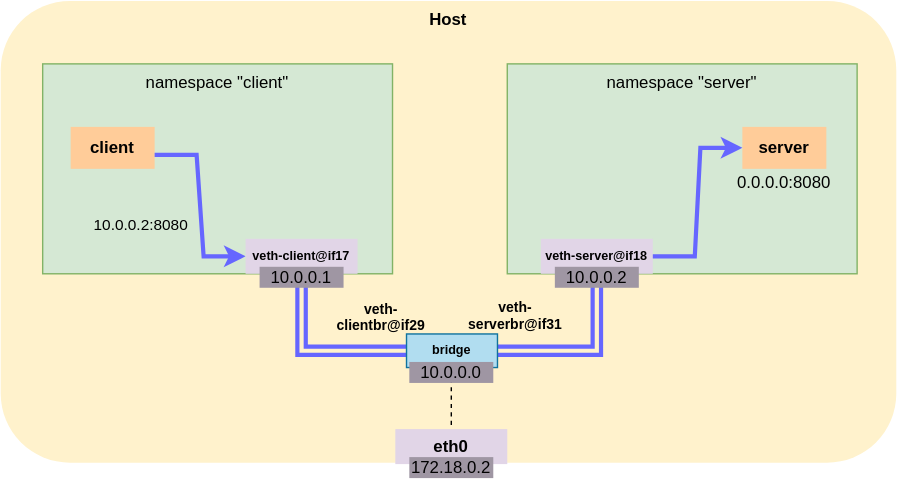
Above: assets/img/k8s-networking/pods-bridge.svg in llorllale/llorllale.github.io (draw.io), before the change. Source tidied: cells renumbered, new cells last; positions are measured from the earlier drawing's top-left corner, leaving out a move shared by most shapes.
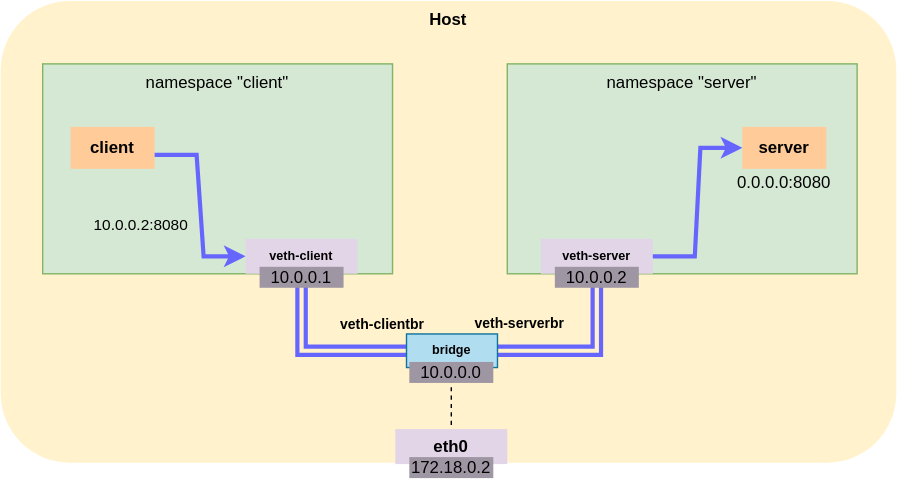
Above is the later version.

Change to the diagram source:
```diff
@@ -21,7 +21,7 @@
         <mxPoint x="-43" y="9" as="offset" />
       </mxGeometry>
     </mxCell>
-    <mxCell id="7" value="veth-client@if17" style="rounded=0;whiteSpace=wrap;html=1;fontStyle=1;fillColor=#e1d5e7;strokeColor=none;fontSize=9;" parent="1" vertex="1">
+    <mxCell id="7" value="veth-client" style="rounded=0;whiteSpace=wrap;html=1;fontStyle=1;fillColor=#e1d5e7;strokeColor=none;fontSize=9;" parent="1" vertex="1">
       <mxGeometry x="175" y="170" width="80" height="25" as="geometry" />
     </mxCell>
     <mxCell id="8" value="eth0" style="rounded=0;whiteSpace=wrap;html=1;fontStyle=1;fillColor=#e1d5e7;strokeColor=none;" parent="1" vertex="1">
@@ -39,7 +39,7 @@
     <mxCell id="12" value="0.0.0.0:8080" style="text;html=1;strokeColor=none;fillColor=none;align=center;verticalAlign=middle;whiteSpace=wrap;rounded=0;" parent="1" vertex="1">
       <mxGeometry x="530" y="115" width="60" height="30" as="geometry" />
     </mxCell>
-    <mxCell id="13" value="veth-server@if18" style="rounded=0;whiteSpace=wrap;html=1;fontStyle=1;fillColor=#e1d5e7;strokeColor=none;fontSize=9;" parent="1" vertex="1">
+    <mxCell id="13" value="veth-server" style="rounded=0;whiteSpace=wrap;html=1;fontStyle=1;fillColor=#e1d5e7;strokeColor=none;fontSize=9;" parent="1" vertex="1">
       <mxGeometry x="386" y="170" width="80" height="25" as="geometry" />
     </mxCell>
     <mxCell id="14" style="shape=link;html=1;rounded=0;strokeColor=#6666FF;fontSize=10;exitX=0.5;exitY=1;exitDx=0;exitDy=0;entryX=0.5;entryY=1;entryDx=0;entryDy=0;edgeStyle=orthogonalEdgeStyle;strokeWidth=3;" parent="1" edge="1" source="7" target="13">
@@ -62,11 +62,11 @@
     <mxCell id="18" value="bridge" style="rounded=0;whiteSpace=wrap;html=1;fontSize=9;fontStyle=1;fillColor=#b1ddf0;strokeColor=#10739e;" parent="1" vertex="1">
       <mxGeometry x="290" y="238" width="65" height="24" as="geometry" />
     </mxCell>
-    <mxCell id="19" value="veth-clientbr@if29" style="text;html=1;strokeColor=none;fillColor=none;align=center;verticalAlign=middle;whiteSpace=wrap;rounded=0;fontSize=10;fontStyle=1;" parent="1" vertex="1">
-      <mxGeometry x="242" y="211" width="60" height="30" as="geometry" />
+    <mxCell id="19" value="veth-clientbr" style="text;html=1;strokeColor=none;fillColor=none;align=center;verticalAlign=middle;whiteSpace=wrap;rounded=0;fontSize=10;fontStyle=1;" parent="1" vertex="1">
+      <mxGeometry x="237" y="216" width="72" height="30" as="geometry" />
     </mxCell>
-    <mxCell id="20" value="veth-serverbr@if31" style="text;html=1;strokeColor=none;fillColor=none;align=center;verticalAlign=middle;whiteSpace=wrap;rounded=0;fontSize=10;fontStyle=1;" parent="1" vertex="1">
-      <mxGeometry x="338" y="210" width="60" height="30" as="geometry" />
+    <mxCell id="20" value="veth-serverbr" style="text;html=1;strokeColor=none;fillColor=none;align=center;verticalAlign=middle;whiteSpace=wrap;rounded=0;fontSize=10;fontStyle=1;" parent="1" vertex="1">
+      <mxGeometry x="335" y="215" width="72" height="30" as="geometry" />
     </mxCell>
     <mxCell id="21" style="endArrow=none;dashed=1;html=1;rounded=0;exitX=0.5;exitY=0;exitDx=0;exitDy=0;entryX=0.5;entryY=0;entryDx=0;entryDy=0;" parent="1" edge="1" source="22" target="8">
       <mxGeometry relative="1" as="geometry" />
```
